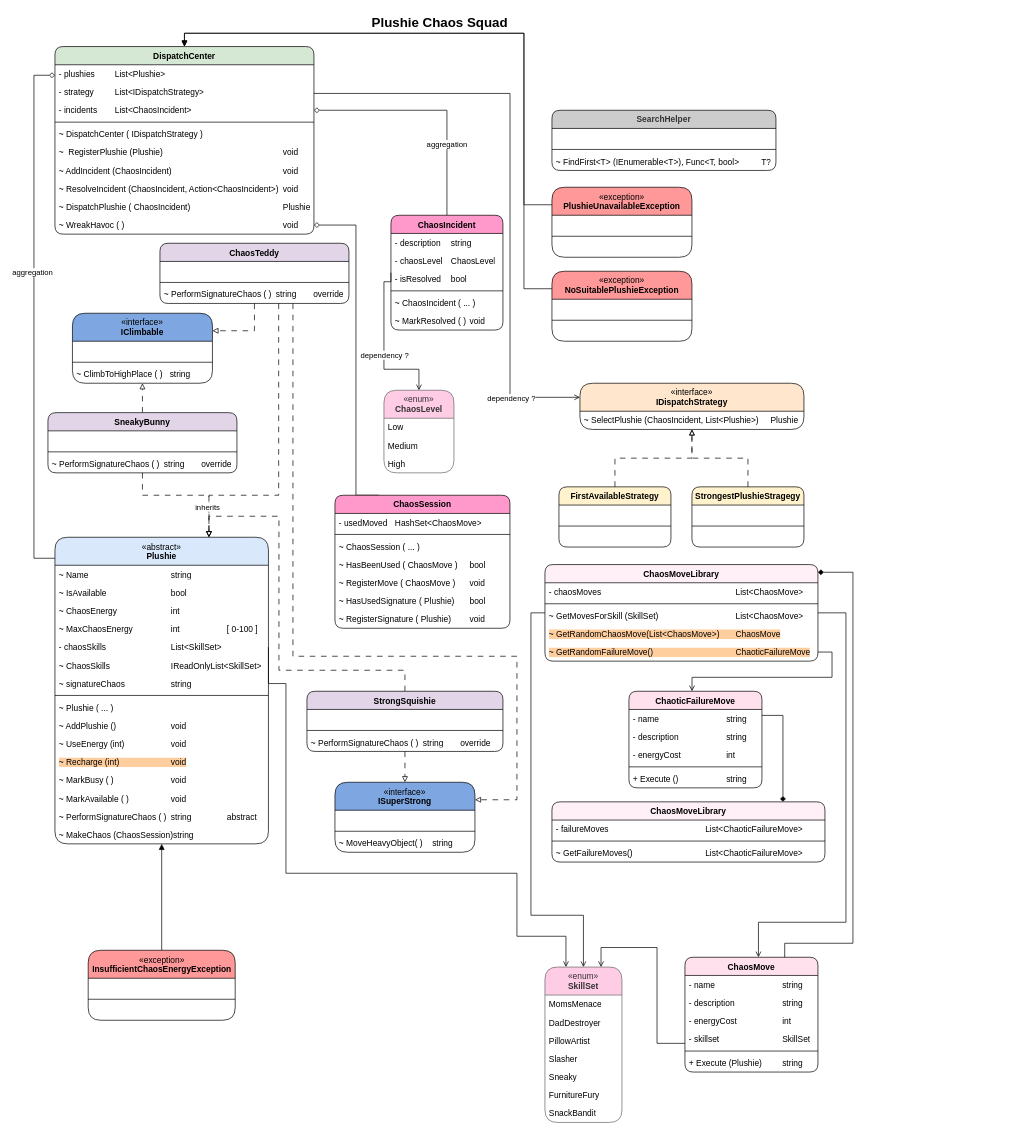
The draw.io diagram Documents/PlushieChaosSquad.drawio in pxxlpxxi/PlushieChaosSquad, before the edit. Source tidied: cells renumbered, new cells numbered last; positions are measured from the earlier drawing's top-left corner, leaving out a move shared by most shapes. Both pictures are drawn from the tidied source at 70%, with x=0, y=0 at pixel (34, 12).
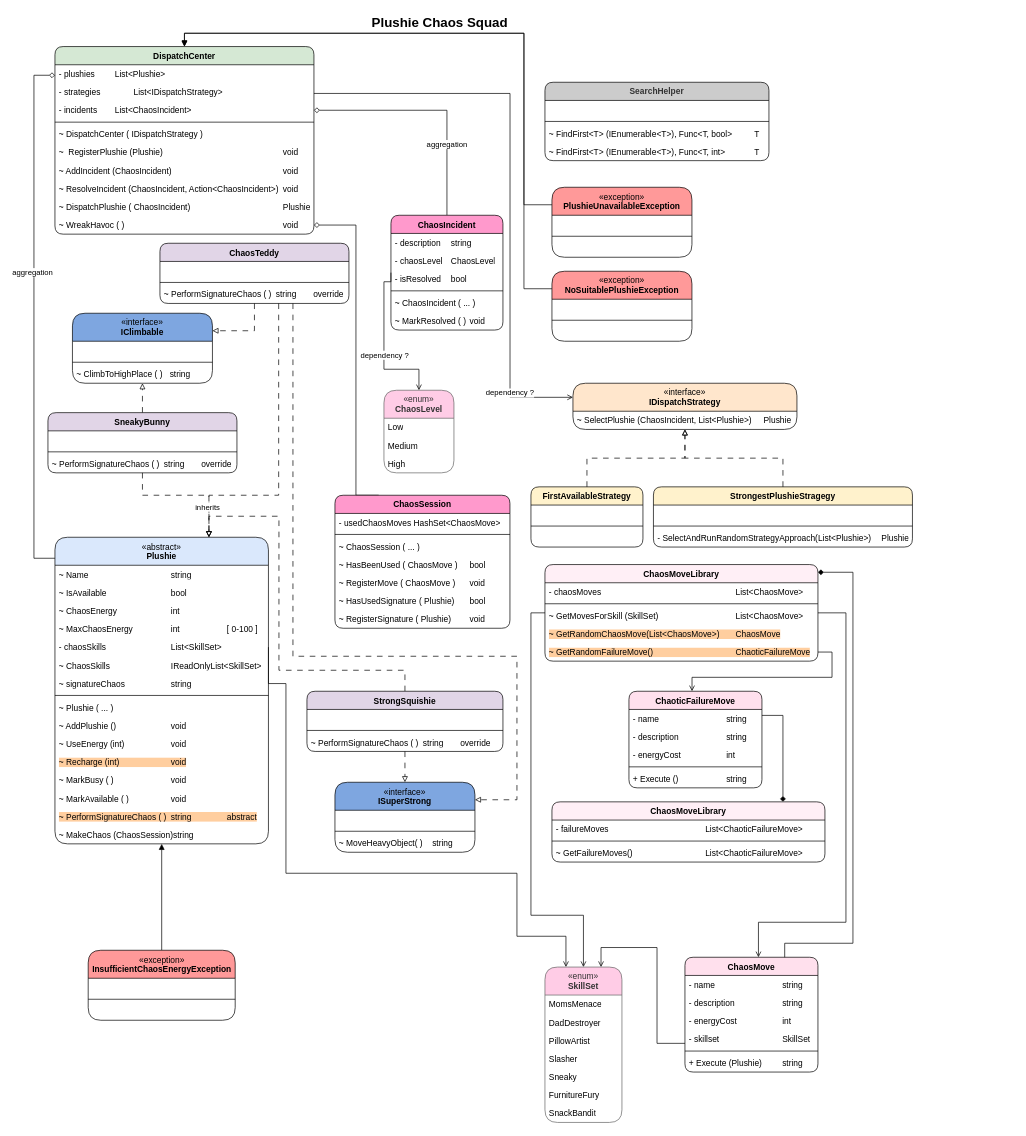
Above is the later version.

Unchanged cells that the change refers to:
```xml
<mxCell id="4" value="&lt;font face=&quot;Helvetica&quot;&gt;&lt;span style=&quot;font-weight: 400;&quot;&gt;«abstract»&lt;/span&gt;&lt;br style=&quot;font-weight: 400;&quot;&gt;Plushie&lt;/font&gt;" style="swimlane;fontStyle=1;align=center;verticalAlign=top;horizontal=1;startSize=40;html=1;rounded=1;fillColor=#dae8fc;strokeColor=#000000;whiteSpace=wrap;" parent="1" vertex="1">
  <mxGeometry x="30" y="750" width="305" height="438" as="geometry" />
</mxCell>
<mxCell id="59" value="DispatchCenter" style="swimlane;fontStyle=1;align=center;verticalAlign=top;horizontal=1;startSize=26;whiteSpace=wrap;html=1;rounded=1;fillColor=#d5e8d4;strokeColor=#000000;" parent="1" vertex="1">
  <mxGeometry x="30" y="49" width="370" height="268" as="geometry" />
</mxCell>
<mxCell id="99" value="ChaosSession" style="swimlane;fontStyle=1;align=center;verticalAlign=top;horizontal=1;startSize=26;whiteSpace=wrap;html=1;rounded=1;fillColor=#FF99CC;strokeColor=#000000;" parent="1" vertex="1">
  <mxGeometry x="430" y="690" width="250" height="190" as="geometry" />
</mxCell>
```

Change to the diagram source:
```diff
@@
-    <mxCell id="19" value="~ PerformSignatureChaos ( )&lt;span style=&quot;white-space: pre;&quot;&gt;&#9;&lt;/span&gt;string&amp;nbsp;&lt;span style=&quot;white-space: pre;&quot;&gt;&#9;&lt;span style=&quot;white-space: pre;&quot;&gt;&#9;&lt;/span&gt;&lt;/span&gt;abstract" style="text;strokeColor=none;fillColor=none;align=left;verticalAlign=top;spacingLeft=4;spacingRight=4;overflow=hidden;whiteSpace=wrap;html=1;" parent="4" vertex="1">
+    <mxCell id="19" value="~ PerformSignatureChaos ( )&lt;span style=&quot;white-space: pre;&quot;&gt;&#9;&lt;/span&gt;string&amp;nbsp;&lt;span style=&quot;white-space: pre;&quot;&gt;&#9;&lt;span style=&quot;white-space: pre;&quot;&gt;&#9;&lt;/span&gt;&lt;/span&gt;abstract" style="text;strokeColor=none;fillColor=none;align=left;verticalAlign=top;spacingLeft=4;spacingRight=4;overflow=hidden;whiteSpace=wrap;html=1;labelBackgroundColor=#FFCE9F;" parent="4" vertex="1">
       <mxGeometry y="386" width="305" height="26" as="geometry" />
     </mxCell>
@@
-    <mxCell id="61" value="- strategy&lt;span style=&quot;white-space: pre;&quot;&gt;&#9;&lt;/span&gt;&lt;span style=&quot;white-space: pre;&quot;&gt;&#9;&lt;/span&gt;List&amp;lt;IDispatchStrategy&amp;gt;" style="text;strokeColor=none;fillColor=none;align=left;verticalAlign=top;spacingLeft=4;spacingRight=4;overflow=hidden;whiteSpace=wrap;html=1;" parent="59" vertex="1">
+    <mxCell id="61" value="- strategies&lt;span style=&quot;white-space: pre;&quot;&gt;&#9;&lt;/span&gt;&lt;span style=&quot;white-space: pre;&quot;&gt;&#9;&lt;/span&gt;List&amp;lt;IDispatchStrategy&amp;gt;" style="text;strokeColor=none;fillColor=none;align=left;verticalAlign=top;spacingLeft=4;spacingRight=4;overflow=hidden;whiteSpace=wrap;html=1;" parent="59" vertex="1">
       <mxGeometry y="52" width="370" height="26" as="geometry" />
     </mxCell>
@@
     <mxCell id="80" value="&lt;span style=&quot;color: rgb(51, 51, 51);&quot;&gt;SearchHelper&lt;/span&gt;" style="swimlane;fontStyle=1;align=center;verticalAlign=top;horizontal=1;startSize=26;whiteSpace=wrap;html=1;rounded=1;fillColor=#CCCCCC;strokeColor=#000000;" parent="1" vertex="1">
-      <mxGeometry x="740" y="140" width="320" height="86" as="geometry" />
+      <mxGeometry x="730" y="100" width="320" height="112" as="geometry" />
     </mxCell>
@@
-    <mxCell id="83" value="~ FindFirst&amp;lt;T&amp;gt; (IEnumerable&amp;lt;T&amp;gt;), Func&amp;lt;T, bool&amp;gt;&lt;span style=&quot;white-space: pre;&quot;&gt;&#9;&lt;/span&gt;&lt;span style=&quot;white-space: pre;&quot;&gt;&#9;&lt;/span&gt;T?" style="text;strokeColor=none;fillColor=none;align=left;verticalAlign=top;spacingLeft=4;spacingRight=4;overflow=hidden;whiteSpace=wrap;html=1;" parent="80" vertex="1">
+    <mxCell id="83" value="~ FindFirst&amp;lt;T&amp;gt; (IEnumerable&amp;lt;T&amp;gt;), Func&amp;lt;T, bool&amp;gt;&lt;span style=&quot;white-space: pre;&quot;&gt;&#9;&lt;/span&gt;&lt;span style=&quot;white-space: pre;&quot;&gt;&#9;&lt;/span&gt;T" style="text;strokeColor=none;fillColor=none;align=left;verticalAlign=top;spacingLeft=4;spacingRight=4;overflow=hidden;whiteSpace=wrap;html=1;" parent="80" vertex="1">
       <mxGeometry y="60" width="320" height="26" as="geometry" />
     </mxCell>
+    <mxCell id="158" value="~ FindFirst&amp;lt;T&amp;gt; (IEnumerable&amp;lt;T&amp;gt;), Func&amp;lt;T, int&amp;gt;&lt;span style=&quot;white-space: pre;&quot;&gt;&#9;&lt;/span&gt;&lt;span style=&quot;white-space: pre;&quot;&gt;&#9;&lt;/span&gt;T" style="text;strokeColor=none;fillColor=none;align=left;verticalAlign=top;spacingLeft=4;spacingRight=4;overflow=hidden;whiteSpace=wrap;html=1;" parent="80" vertex="1">
+      <mxGeometry y="86" width="320" height="26" as="geometry" />
+    </mxCell>
@@
-    <mxCell id="100" value="- usedMoved&lt;span style=&quot;white-space: pre;&quot;&gt;&#9;&lt;/span&gt;HashSet&amp;lt;ChaosMove&amp;gt;" style="text;strokeColor=none;fillColor=none;align=left;verticalAlign=top;spacingLeft=4;spacingRight=4;overflow=hidden;whiteSpace=wrap;html=1;" parent="99" vertex="1">
+    <mxCell id="100" value="- usedChaosMoves&lt;span style=&quot;white-space: pre;&quot;&gt;&#9;&lt;/span&gt;HashSet&amp;lt;ChaosMove&amp;gt;" style="text;strokeColor=none;fillColor=none;align=left;verticalAlign=top;spacingLeft=4;spacingRight=4;overflow=hidden;whiteSpace=wrap;html=1;" parent="99" vertex="1">
       <mxGeometry y="26" width="250" height="26" as="geometry" />
     </mxCell>
@@
     <mxCell id="107" style="group;" parent="1" vertex="1">
-      <mxGeometry x="750" y="530" width="350" height="234" as="geometry" />
+      <mxGeometry x="740" y="530" width="660" height="234" as="geometry" />
     </mxCell>
@@
     <mxCell id="110" value="StrongestPlushieStragegy" style="swimlane;fontStyle=1;align=center;verticalAlign=top;horizontal=1;startSize=26;whiteSpace=wrap;html=1;rounded=1;fillColor=#fff2cc;strokeColor=#000000;" parent="107" vertex="1">
-      <mxGeometry x="190" y="148" width="160" height="86" as="geometry" />
+      <mxGeometry x="145" y="148" width="370" height="86" as="geometry" />
     </mxCell>
     <mxCell id="111" value="&amp;nbsp;" style="text;strokeColor=none;fillColor=none;align=left;verticalAlign=top;spacingLeft=4;spacingRight=4;overflow=hidden;whiteSpace=wrap;html=1;" parent="110" vertex="1">
-      <mxGeometry y="26" width="160" height="26" as="geometry" />
+      <mxGeometry y="26" width="370" height="26" as="geometry" />
     </mxCell>
     <mxCell id="112" style="line;strokeWidth=1;fillColor=none;align=left;verticalAlign=middle;spacingTop=-1;spacingLeft=3;spacingRight=3;labelPosition=right;strokeColor=inherit;" parent="110" vertex="1">
-      <mxGeometry y="52" width="160" height="8" as="geometry" />
+      <mxGeometry y="52" width="370" height="8" as="geometry" />
     </mxCell>
-    <mxCell id="113" value="&amp;nbsp;" style="text;strokeColor=none;fillColor=none;align=left;verticalAlign=top;spacingLeft=4;spacingRight=4;overflow=hidden;whiteSpace=wrap;html=1;" parent="110" vertex="1">
-      <mxGeometry y="60" width="160" height="26" as="geometry" />
+    <mxCell id="113" value="- SelectAndRunRandomStrategyApproach(List&amp;lt;Plushie&amp;gt;)&lt;span style=&quot;white-space: pre;&quot;&gt;&#9;&lt;/span&gt;Plushie" style="text;strokeColor=none;fillColor=none;align=left;verticalAlign=top;spacingLeft=4;spacingRight=4;overflow=hidden;whiteSpace=wrap;html=1;" parent="110" vertex="1">
+      <mxGeometry y="60" width="370" height="26" as="geometry" />
     </mxCell>
     <mxCell id="114" value="FirstAvailableStrategy" style="swimlane;fontStyle=1;align=center;verticalAlign=top;horizontal=1;startSize=26;whiteSpace=wrap;html=1;rounded=1;fillColor=#fff2cc;strokeColor=#000000;" parent="107" vertex="1">
-      <mxGeometry y="148" width="160" height="86" as="geometry" />
+      <mxGeometry x="-30" y="148" width="160" height="86" as="geometry" />
     </mxCell>
```
